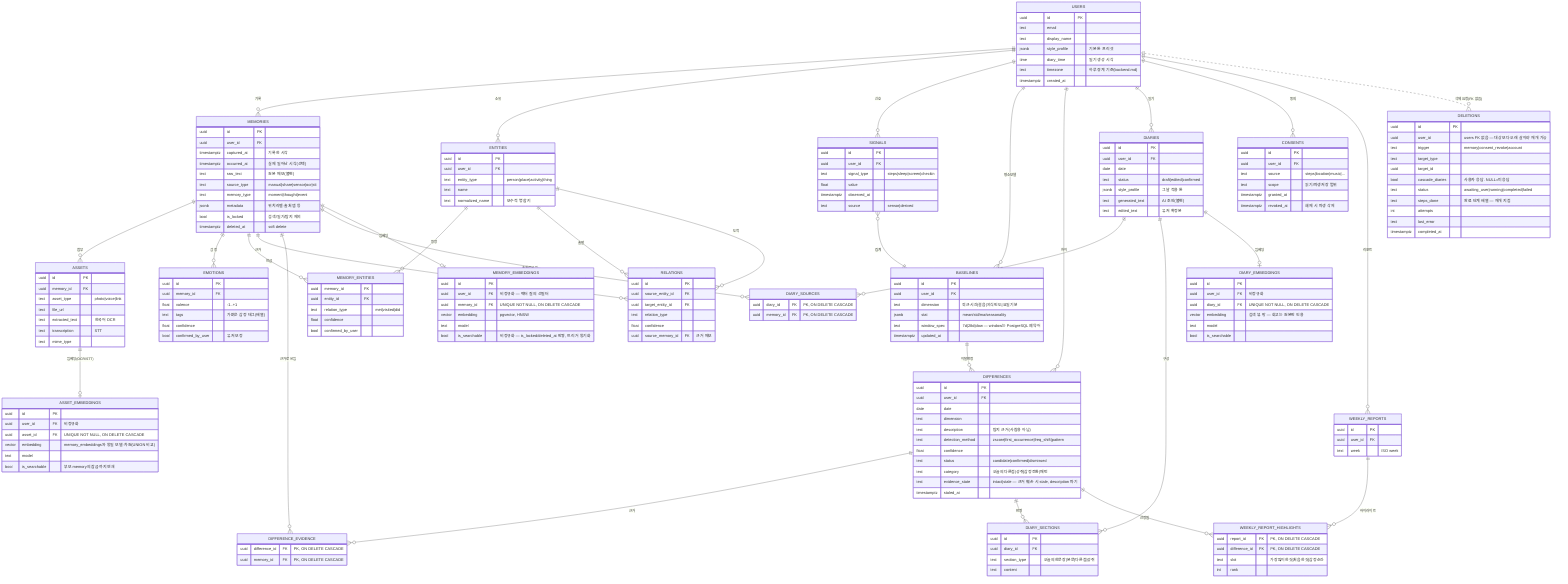
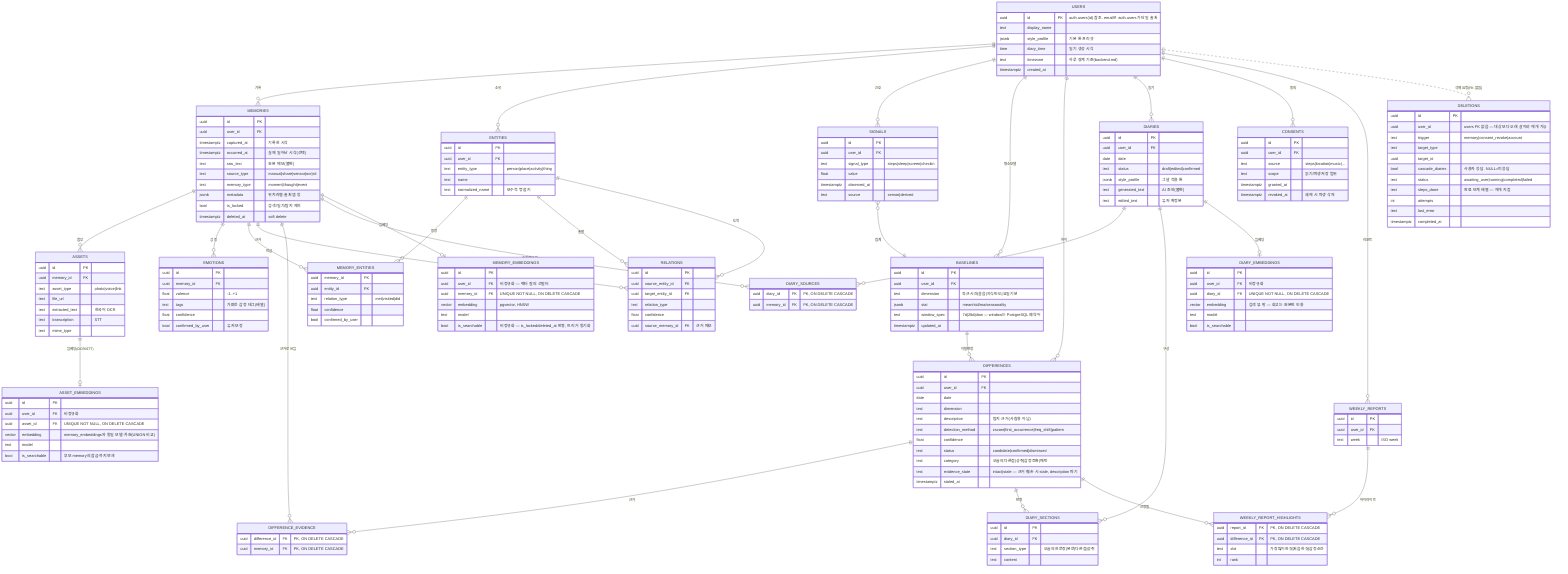
%% 실은 — 상세 ERD (기획서 섹션 10 기반)
%% 원본(memories/assets) ↔ AI 생성물(differences/diaries) 분리로 근거 추적 가능
%% ADR-0002 반영: 근거 조인 테이블 · 타입별 임베딩 · deletion ledger
erDiagram
    USERS ||--o{ MEMORIES : "기록"
    USERS ||--o{ ENTITIES : "소유"
    USERS ||--o{ SIGNALS : "신호"
    USERS ||--o{ BASELINES : "평소모델"
    USERS ||--o{ DIFFERENCES : "차이"
    USERS ||--o{ DIARIES : "일기"
    USERS ||--o{ CONSENTS : "동의"
    USERS ||--o{ WEEKLY_REPORTS : "리포트"
    USERS ||..o{ DELETIONS : "삭제요청(FK 없음)"

    MEMORIES ||--o{ ASSETS : "첨부"
    MEMORIES ||--o{ EMOTIONS : "감정"
    MEMORIES ||--o{ MEMORY_ENTITIES : "언급"
    ENTITIES ||--o{ MEMORY_ENTITIES : "등장"
    ENTITIES ||--o{ RELATIONS : "출발"
    ENTITIES ||--o{ RELATIONS : "도착"
    MEMORIES ||--o{ RELATIONS : "근거"

    SIGNALS }o--|| BASELINES : "집계"
    BASELINES ||--o{ DIFFERENCES : "이탈판정"

    %% ADR-0002 ①② 근거·출처는 배열이 아니라 조인 테이블 (다대다·삭제 역추적)
    DIFFERENCES ||--o{ DIFFERENCE_EVIDENCE : "근거"
    MEMORIES ||--o{ DIFFERENCE_EVIDENCE : "근거로쓰임"
    DIARIES ||--o{ DIARY_SOURCES : "출처"
    MEMORIES ||--o{ DIARY_SOURCES : "출처로쓰임"

    DIARIES ||--o{ DIARY_SECTIONS : "구성"
    DIFFERENCES ||--o{ DIARY_SECTIONS : "반영"

    %% ADR-0002 ③ 폴리모픽 대신 타입별 분리 (FK CASCADE로 고아 벡터 차단)
    MEMORIES ||--o| MEMORY_EMBEDDINGS : "임베딩"
    ASSETS ||--o| ASSET_EMBEDDINGS : "임베딩(OCR/STT)"
    DIARIES ||--o| DIARY_EMBEDDINGS : "임베딩"

    %% ADR-0002 highlights 스냅샷 대신 참조 (삭제 방어선 안으로)
    WEEKLY_REPORTS ||--o{ WEEKLY_REPORT_HIGHLIGHTS : "하이라이트"
    DIFFERENCES ||--o{ WEEKLY_REPORT_HIGHLIGHTS : "선정됨"

    USERS {
-         uuid id PK
-         text email
+         uuid id PK "auth.users(id) 참조. email은 auth.users가 단일 출처"
        text display_name
        jsonb style_profile "기본 톤 프리셋"
        time diary_time "일기 생성 시각"
        text timezone "하루 경계 기준(backend.md)"
        timestamptz created_at
    }

    MEMORIES {
        uuid id PK
        uuid user_id FK
        timestamptz captured_at "기록한 시각"
        timestamptz occurred_at "실제 일어난 시각(선택)"
        text raw_text "원본 메모(불변)"
        text source_type "manual|share|sensor|ocr|stt"
        text memory_type "moment|thought|event"
        jsonb metadata "위치라벨·출처앱 등"
        bool is_locked "검색/일기/탐지 제외"
        timestamptz deleted_at "soft delete"
    }

    ASSETS {
        uuid id PK
        uuid memory_id FK
        text asset_type "photo|voice|link"
        text file_url
        text extracted_text "한국어 OCR"
        text transcription "STT"
        text mime_type
    }

    EMOTIONS {
        uuid id PK
        uuid memory_id FK
        float valence "-1..+1"
        text tags "가벼운 감정 태그(배열)"
        float confidence
        bool confirmed_by_user "유저 보정"
    }

    ENTITIES {
        uuid id PK
        uuid user_id FK
        text entity_type "person|place|activity|thing"
        text name
        text normalized_name "보수적 병합 키"
    }

    MEMORY_ENTITIES {
        uuid memory_id FK
        uuid entity_id FK
        text relation_type "met|visited|did"
        float confidence
        bool confirmed_by_user
    }

    RELATIONS {
        uuid id PK
        uuid source_entity_id FK
        uuid target_entity_id FK
        text relation_type
        float confidence
        uuid source_memory_id FK "근거 메모"
    }

    SIGNALS {
        uuid id PK
        uuid user_id FK
        text signal_type "steps|sleep|screen|checkin"
        float value
        timestamptz observed_at
        text source "sensor|derived"
    }

    BASELINES {
        uuid id PK
        uuid user_id FK
        text dimension "퇴근시간|걸음|외식빈도|요일기분"
        jsonb stat "mean/std/ma/seasonality"
        text window_spec "7d|28d|dow — window는 PostgreSQL 예약어"
        timestamptz updated_at
    }

    DIFFERENCES {
        uuid id PK
        uuid user_id FK
        date date
        text dimension
        text description "탐지 근거(사람용 아님)"
        text detection_method "zscore|first_occurrence|freq_shift|pattern"
        float confidence
        text status "candidate|confirmed|dismissed"
        text category "오늘의다른점|성취|감정전환|패턴"
        text evidence_state "intact|stale — 근거 훼손 시 stale, description 파기"
        timestamptz staled_at
    }

    DIFFERENCE_EVIDENCE {
        uuid difference_id FK "PK, ON DELETE CASCADE"
        uuid memory_id FK "PK, ON DELETE CASCADE"
    }

    DIARIES {
        uuid id PK
        uuid user_id FK
        date date
        text status "draft|edited|confirmed"
        jsonb style_profile "그날 적용 톤"
        text generated_text "AI 초안(불변)"
        text edited_text "유저 확정본"
    }

    DIARY_SOURCES {
        uuid diary_id FK "PK, ON DELETE CASCADE"
        uuid memory_id FK "PK, ON DELETE CASCADE"
    }

    DIARY_SECTIONS {
        uuid id PK
        uuid diary_id FK
        text section_type "오늘의한문장|본문|다른점|성취"
        text content
    }

    MEMORY_EMBEDDINGS {
        uuid id PK
        uuid user_id FK "비정규화 — 벡터 질의 선필터"
        uuid memory_id FK "UNIQUE NOT NULL, ON DELETE CASCADE"
        vector embedding "pgvector, HNSW"
        text model
        bool is_searchable "비정규화 — is_locked/deleted_at 반영, 트리거 동기화"
    }

    ASSET_EMBEDDINGS {
        uuid id PK
        uuid user_id FK "비정규화"
        uuid asset_id FK "UNIQUE NOT NULL, ON DELETE CASCADE"
        vector embedding "memory_embeddings와 동일 모델·차원(UNION 비교)"
        text model
        bool is_searchable "부모 memory의 잠금까지 연쇄"
    }

    DIARY_EMBEDDINGS {
        uuid id PK
        uuid user_id FK "비정규화"
        uuid diary_id FK "UNIQUE NOT NULL, ON DELETE CASCADE"
        vector embedding "검색 뷰 밖 — 회고는 원본만 인용"
        text model
        bool is_searchable
    }

    CONSENTS {
        uuid id PK
        uuid user_id FK
        text source "steps|location|music|..."
        text scope "읽기/파생저장 범위"
        timestamptz granted_at
        timestamptz revoked_at "해제 시 파생 삭제"
    }

    WEEKLY_REPORTS {
        uuid id PK
        uuid user_id FK
        text week "ISO week"
    }

    WEEKLY_REPORT_HIGHLIGHTS {
        uuid report_id FK "PK, ON DELETE CASCADE"
        uuid difference_id FK "PK, ON DELETE CASCADE"
        text slot "가장많이한것|처음한것|감정순간"
        int rank
    }

    DELETIONS {
        uuid id PK
        uuid user_id "users FK 없음 — 대상보다 오래 살아야 재개 가능"
        text trigger "memory|consent_revoke|account"
        text target_type
        uuid target_id
        bool cascade_diaries "사용자 응답. NULL=미응답"
        text status "awaiting_user|running|completed|failed"
        text steps_done "완료 단계 배열 — 재개 지점"
        int attempts
        text last_error
        timestamptz completed_at
    }
